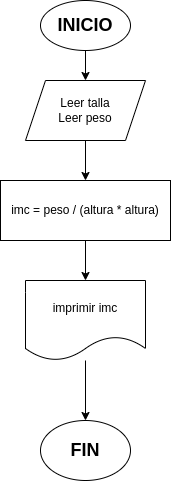
PierreLogs/ejercicio2-java keeps this draw.io diagram as Diagrama2.png. Above is the earlier version. Source tidied: cells renumbered, new cells last; positions are measured from the earlier drawing's top-left corner, leaving out a move shared by most shapes.
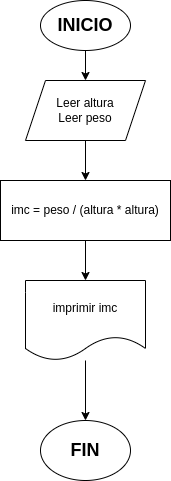
After the commit.

Diff of the diagram source:
```diff
@@ -8,7 +8,7 @@
     <mxCell id="3" value="&lt;b&gt;&lt;font style=&quot;font-size: 18px;&quot;&gt;INICIO&lt;/font&gt;&lt;/b&gt;" style="ellipse;whiteSpace=wrap;html=1;" parent="1" vertex="1">
       <mxGeometry x="40" width="90" height="50" as="geometry" />
     </mxCell>
-    <mxCell id="4" value="Leer talla&lt;div&gt;Leer peso&lt;/div&gt;" style="shape=parallelogram;perimeter=parallelogramPerimeter;whiteSpace=wrap;html=1;fixedSize=1;" parent="1" vertex="1">
+    <mxCell id="4" value="Leer altura&lt;div&gt;Leer peso&lt;/div&gt;" style="shape=parallelogram;perimeter=parallelogramPerimeter;whiteSpace=wrap;html=1;fixedSize=1;" parent="1" vertex="1">
       <mxGeometry x="25" y="80" width="120" height="60" as="geometry" />
     </mxCell>
     <mxCell id="5" style="endArrow=classic;html=1;rounded=0;exitX=0.5;exitY=1;exitDx=0;exitDy=0;entryX=0.5;entryY=0;entryDx=0;entryDy=0;" parent="1" edge="1" source="4" target="6">
```
